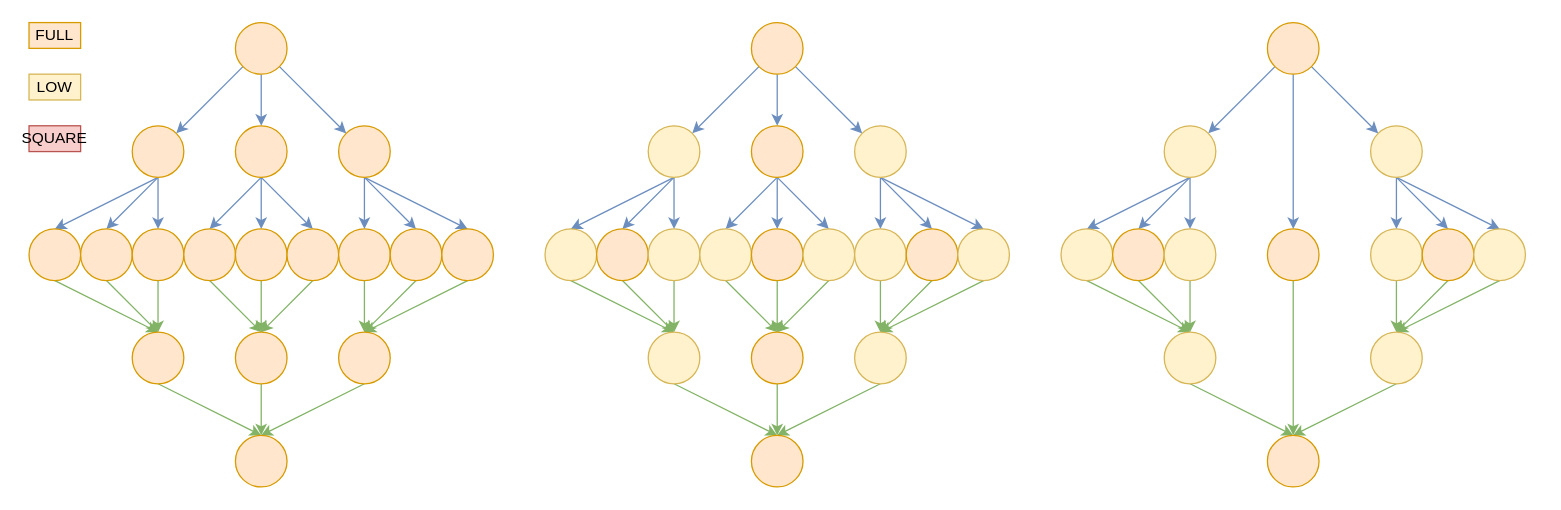
RicardoNid/Chainsaw2 keeps this draw.io diagram as page "pipeline variation" (13 of 14) of src/main/resources/Karatsuba.drawio. Above is the earlier version. Source tidied: cells renumbered, new cells numbered last; positions are measured from the earlier drawing's top-left corner, leaving out a move shared by most shapes. Both pictures are drawn from the tidied source at 129%, with x=0, y=0 at pixel (28, 22).
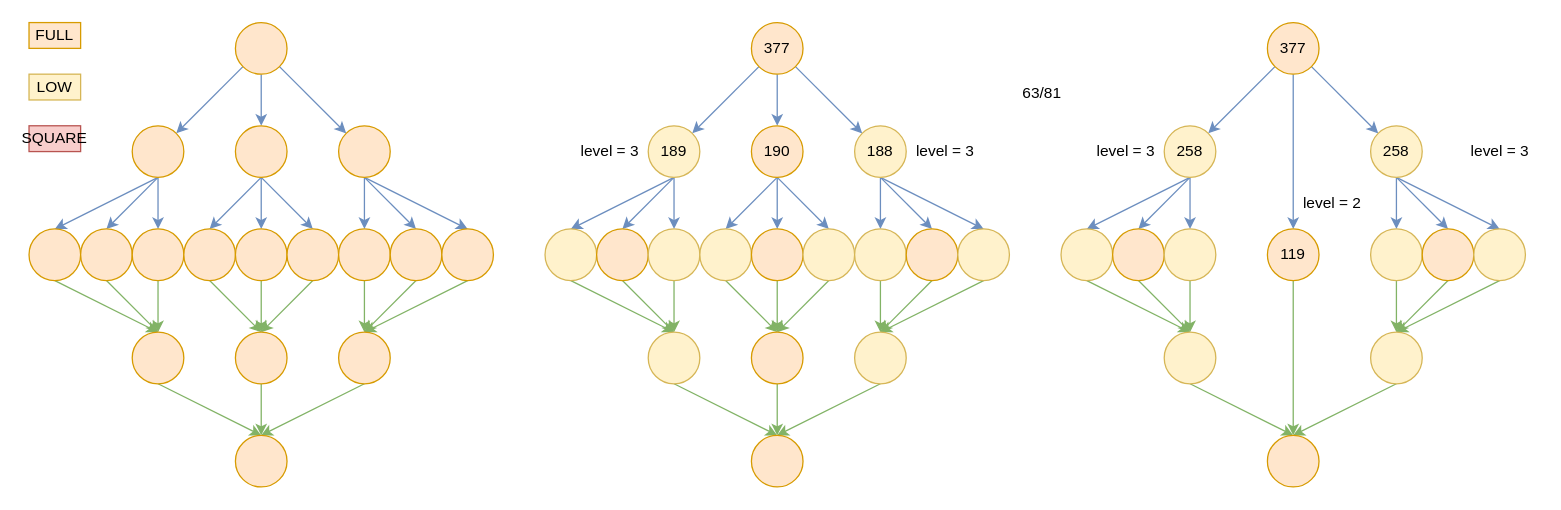
The same page after the edit.

The edit, as a diff of the source:
```diff
@@
-    <mxCell id="47" style="ellipse;whiteSpace=wrap;html=1;fillColor=#ffe6cc;strokeColor=#d79b00;" parent="1" vertex="1">
+    <mxCell id="47" value="377" style="ellipse;whiteSpace=wrap;html=1;fillColor=#ffe6cc;strokeColor=#d79b00;" parent="1" vertex="1">
       <mxGeometry x="560" width="40" height="40" as="geometry" />
     </mxCell>
@@
-    <mxCell id="51" style="ellipse;whiteSpace=wrap;html=1;fillColor=#fff2cc;strokeColor=#d6b656;" parent="1" vertex="1">
+    <mxCell id="51" value="189" style="ellipse;whiteSpace=wrap;html=1;fillColor=#fff2cc;strokeColor=#d6b656;" parent="1" vertex="1">
       <mxGeometry x="480" y="80" width="40" height="40" as="geometry" />
     </mxCell>
@@
-    <mxCell id="55" style="ellipse;whiteSpace=wrap;html=1;fillColor=#ffe6cc;strokeColor=#d79b00;" parent="1" vertex="1">
+    <mxCell id="55" value="190" style="ellipse;whiteSpace=wrap;html=1;fillColor=#ffe6cc;strokeColor=#d79b00;" parent="1" vertex="1">
       <mxGeometry x="560" y="80" width="40" height="40" as="geometry" />
     </mxCell>
@@
-    <mxCell id="59" style="ellipse;whiteSpace=wrap;html=1;fillColor=#fff2cc;strokeColor=#d6b656;" parent="1" vertex="1">
+    <mxCell id="59" value="188" style="ellipse;whiteSpace=wrap;html=1;fillColor=#fff2cc;strokeColor=#d6b656;" parent="1" vertex="1">
       <mxGeometry x="640" y="80" width="40" height="40" as="geometry" />
     </mxCell>
@@
-    <mxCell id="92" style="ellipse;whiteSpace=wrap;html=1;fillColor=#ffe6cc;strokeColor=#d79b00;" parent="1" vertex="1">
+    <mxCell id="92" value="377" style="ellipse;whiteSpace=wrap;html=1;fillColor=#ffe6cc;strokeColor=#d79b00;" parent="1" vertex="1">
       <mxGeometry x="960" width="40" height="40" as="geometry" />
     </mxCell>
@@
-    <mxCell id="96" style="ellipse;whiteSpace=wrap;html=1;fillColor=#fff2cc;strokeColor=#d6b656;" parent="1" vertex="1">
+    <mxCell id="96" value="258" style="ellipse;whiteSpace=wrap;html=1;fillColor=#fff2cc;strokeColor=#d6b656;" parent="1" vertex="1">
       <mxGeometry x="880" y="80" width="40" height="40" as="geometry" />
     </mxCell>
@@
-    <mxCell id="100" style="ellipse;whiteSpace=wrap;html=1;fillColor=#fff2cc;strokeColor=#d6b656;" parent="1" vertex="1">
+    <mxCell id="100" value="258" style="ellipse;whiteSpace=wrap;html=1;fillColor=#fff2cc;strokeColor=#d6b656;" parent="1" vertex="1">
       <mxGeometry x="1040" y="80" width="40" height="40" as="geometry" />
     </mxCell>
@@
-    <mxCell id="119" style="ellipse;whiteSpace=wrap;html=1;fillColor=#ffe6cc;strokeColor=#d79b00;" parent="1" vertex="1">
+    <mxCell id="119" value="119" style="ellipse;whiteSpace=wrap;html=1;fillColor=#ffe6cc;strokeColor=#d79b00;" parent="1" vertex="1">
       <mxGeometry x="960" y="160" width="40" height="40" as="geometry" />
     </mxCell>
+    <mxCell id="120" value="level = 3" style="text;html=1;align=center;verticalAlign=middle;strokeColor=none;fillColor=none;" parent="1" vertex="1">
+      <mxGeometry x="680" y="90" width="60" height="20" as="geometry" />
+    </mxCell>
+    <mxCell id="121" value="level = 3" style="text;html=1;align=center;verticalAlign=middle;strokeColor=none;fillColor=none;" parent="1" vertex="1">
+      <mxGeometry x="820" y="90" width="60" height="20" as="geometry" />
+    </mxCell>
+    <mxCell id="122" value="level = 3" style="text;html=1;align=center;verticalAlign=middle;strokeColor=none;fillColor=none;" parent="1" vertex="1">
+      <mxGeometry x="1110" y="90" width="60" height="20" as="geometry" />
+    </mxCell>
+    <mxCell id="123" value="level = 2" style="text;html=1;align=center;verticalAlign=middle;strokeColor=none;fillColor=none;" parent="1" vertex="1">
+      <mxGeometry x="980" y="130" width="60" height="20" as="geometry" />
+    </mxCell>
+    <mxCell id="124" value="63/81" style="text;html=1;align=center;verticalAlign=middle;strokeColor=none;fillColor=none;" parent="1" vertex="1">
+      <mxGeometry x="760" y="45" width="50" height="20" as="geometry" />
+    </mxCell>
+    <mxCell id="125" value="level = 3" style="text;html=1;align=center;verticalAlign=middle;strokeColor=none;fillColor=none;" parent="1" vertex="1">
+      <mxGeometry x="420" y="90" width="60" height="20" as="geometry" />
+    </mxCell>
```
